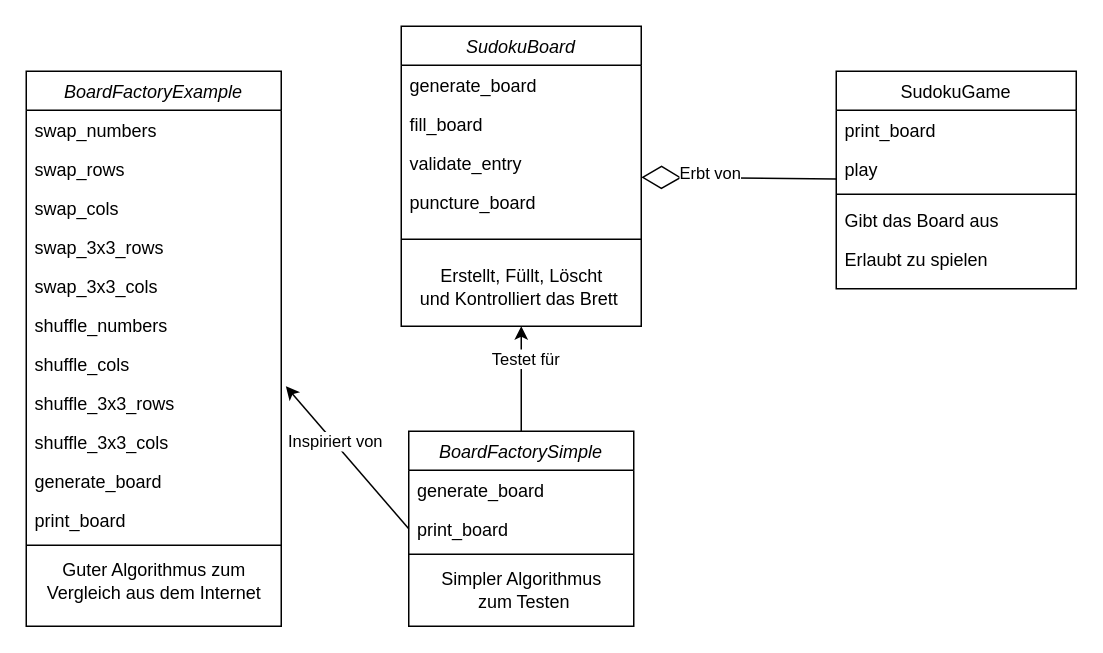
The draw.io diagram docs/sudoku-class-diagram.drawio in Mattis-Schulte/python-sudoku, before the edit. Source tidied: cells renumbered, new cells numbered last; positions are measured from the earlier drawing's top-left corner, leaving out a move shared by most shapes. Both pictures are drawn from the tidied source at 150%, with x=0, y=0 at pixel (26, 26).
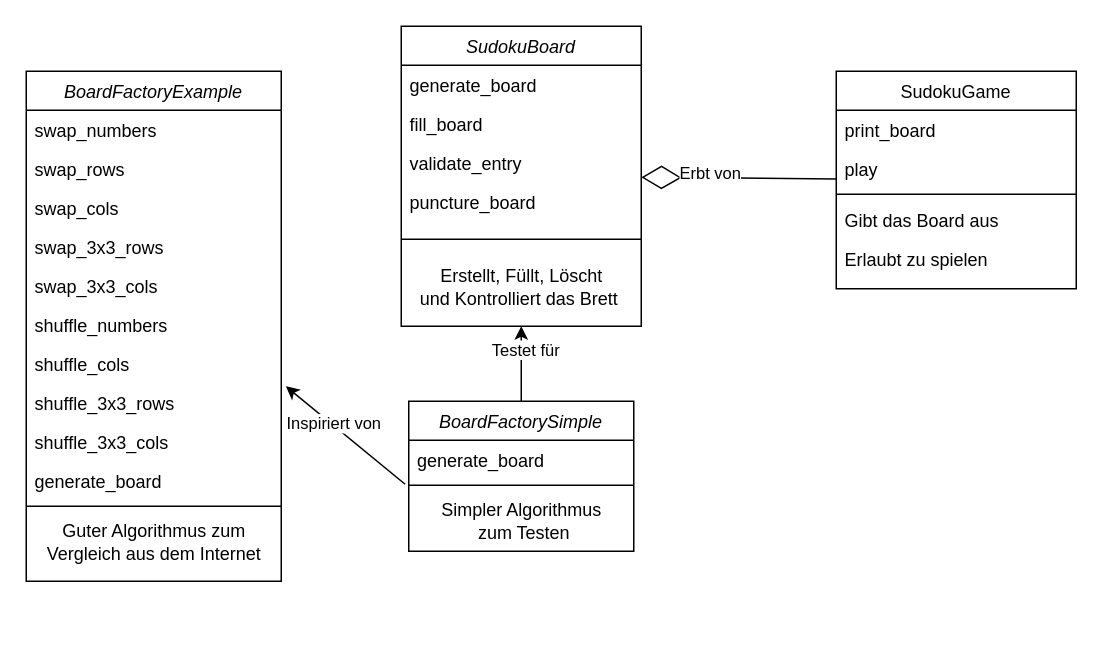
After the change.

The change refers to these unchanged cells:
```xml
<mxCell id="25" value="shuffle_3x3_rows" style="text;align=left;verticalAlign=top;spacingLeft=4;spacingRight=4;overflow=hidden;points=[[0,0.5],[1,0.5]];portConstraint=eastwest;rounded=0;shadow=0;html=0;" parent="17" vertex="1">
  <mxGeometry y="208" width="170" height="26" as="geometry" />
</mxCell>
<mxCell id="32" value="generate_board" style="text;align=left;verticalAlign=top;spacingLeft=4;spacingRight=4;overflow=hidden;points=[[0,0.5],[1,0.5]];portConstraint=eastwest;rounded=0;shadow=0;html=0;" parent="31" vertex="1">
  <mxGeometry y="26" width="150" height="26" as="geometry" />
</mxCell>
```

What changed in the source:
```diff
@@
     <mxCell id="17" value="BoardFactoryExample" style="swimlane;fontStyle=2;align=center;verticalAlign=top;horizontal=1;startSize=26;rounded=0;shadow=0;strokeWidth=1;" parent="1" vertex="1">
-      <mxGeometry y="30" width="170" height="370" as="geometry" />
+      <mxGeometry y="30" width="170" height="340" as="geometry" />
     </mxCell>
@@
-    <mxCell id="28" value="print_board" style="text;align=left;verticalAlign=top;spacingLeft=4;spacingRight=4;overflow=hidden;rounded=0;shadow=0;html=0;" parent="17" vertex="1">
-      <mxGeometry y="286" width="170" height="26" as="geometry" />
-    </mxCell>
     <mxCell id="29" style="line;html=1;strokeWidth=1;align=left;verticalAlign=middle;spacingTop=-1;spacingLeft=3;spacingRight=3;labelPosition=right;" parent="17" vertex="1">
-      <mxGeometry y="312" width="170" height="8" as="geometry" />
+      <mxGeometry y="286" width="170" height="8" as="geometry" />
     </mxCell>
     <mxCell id="30" value="Guter Algorithmus zum &lt;br&gt;Vergleich aus dem Internet" style="text;html=1;align=center;verticalAlign=middle;strokeColor=none;fillColor=none;" parent="17" vertex="1">
-      <mxGeometry y="320" width="170" height="40" as="geometry" />
+      <mxGeometry y="294" width="170" height="40" as="geometry" />
     </mxCell>
     <mxCell id="31" value="BoardFactorySimple" style="swimlane;fontStyle=2;align=center;verticalAlign=top;horizontal=1;startSize=26;rounded=0;shadow=0;strokeWidth=1;" parent="1" vertex="1">
-      <mxGeometry x="255" y="270" width="150" height="130" as="geometry" />
+      <mxGeometry x="255" y="250" width="150" height="100" as="geometry" />
     </mxCell>
@@
-    <mxCell id="33" value="print_board" style="text;align=left;verticalAlign=top;spacingLeft=4;spacingRight=4;overflow=hidden;points=[[0,0.5],[1,0.5]];portConstraint=eastwest;rounded=0;shadow=0;html=0;" parent="31" vertex="1">
-      <mxGeometry y="52" width="150" height="26" as="geometry" />
-    </mxCell>
     <mxCell id="34" style="line;html=1;strokeWidth=1;align=left;verticalAlign=middle;spacingTop=-1;spacingLeft=3;spacingRight=3;labelPosition=right;" parent="31" vertex="1">
-      <mxGeometry y="78" width="150" height="8" as="geometry" />
+      <mxGeometry y="52" width="150" height="8" as="geometry" />
     </mxCell>
     <mxCell id="35" value="Simpler Algorithmus&lt;br&gt;&amp;nbsp;zum Testen" style="text;html=1;align=center;verticalAlign=middle;strokeColor=none;fillColor=none;" parent="31" vertex="1">
-      <mxGeometry y="86" width="150" height="40" as="geometry" />
+      <mxGeometry y="60" width="150" height="40" as="geometry" />
     </mxCell>
-    <mxCell id="36" style="endArrow=classic;html=1;rounded=0;entryX=1.018;entryY=0.077;entryDx=0;entryDy=0;entryPerimeter=0;exitX=0;exitY=0.5;exitDx=0;exitDy=0;" parent="1" edge="1" source="33" target="25">
+    <mxCell id="36" style="endArrow=classic;html=1;rounded=0;entryX=1.018;entryY=0.077;entryDx=0;entryDy=0;entryPerimeter=0;exitX=-0.016;exitY=1.128;exitDx=0;exitDy=0;exitPerimeter=0;" parent="1" edge="1" source="32" target="25">
       <mxGeometry relative="1" as="geometry" />
     </mxCell>
```
